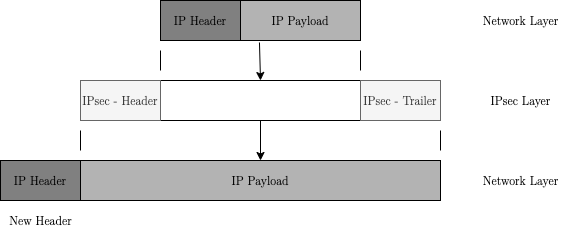
Before: Document/tunnel_encapsulation.png, a diagram exported from draw.io (rocioramirezsanabria-git/Thesis). Source tidied: cells renumbered, new cells last; positions are measured from the earlier drawing's top-left corner, leaving out a move shared by most shapes. Its diagram source:
```xml
<mxGraphModel>
  <root>
    <mxCell id="0" />
    <mxCell id="1" parent="0" />
    <mxCell id="2" value="&lt;font face=&quot;Latin Modern Roman&quot;&gt;IP Payload&lt;/font&gt;" style="rounded=0;whiteSpace=wrap;html=1;fillColor=#B3B3B3;" parent="1" vertex="1">
      <mxGeometry x="240" width="120" height="40" as="geometry" />
    </mxCell>
    <mxCell id="3" style="edgeStyle=orthogonalEdgeStyle;rounded=0;jettySize=auto;html=1;startArrow=none;startFill=0;fillColor=#000000;" parent="1" edge="1" source="4" target="11">
      <mxGeometry relative="1" as="geometry" />
    </mxCell>
    <mxCell id="4" style="rounded=0;whiteSpace=wrap;html=1;" parent="1" vertex="1">
      <mxGeometry x="160" y="80" width="200" height="40" as="geometry" />
    </mxCell>
    <mxCell id="5" style="endArrow=none;html=1;" parent="1" edge="1">
      <mxGeometry relative="1" as="geometry">
        <mxPoint x="160" y="70" as="sourcePoint" />
        <mxPoint x="160" y="50" as="targetPoint" />
      </mxGeometry>
    </mxCell>
    <mxCell id="6" style="endArrow=none;html=1;" parent="1" edge="1">
      <mxGeometry relative="1" as="geometry">
        <mxPoint x="360" y="70" as="sourcePoint" />
        <mxPoint x="360" y="50" as="targetPoint" />
      </mxGeometry>
    </mxCell>
    <mxCell id="7" value="&lt;font face=&quot;Latin Modern Roman&quot;&gt;IPsec - Header&lt;/font&gt;" style="rounded=0;whiteSpace=wrap;html=1;fillColor=#f5f5f5;strokeColor=#666666;fontColor=#333333;" parent="1" vertex="1">
      <mxGeometry x="80" y="80" width="80" height="40" as="geometry" />
    </mxCell>
    <mxCell id="8" value="&lt;font face=&quot;Latin Modern Roman&quot;&gt;IPsec - Trailer&lt;/font&gt;" style="rounded=0;whiteSpace=wrap;html=1;fillColor=#f5f5f5;strokeColor=#666666;fontColor=#333333;" parent="1" vertex="1">
      <mxGeometry x="360" y="80" width="80" height="40" as="geometry" />
    </mxCell>
    <mxCell id="9" style="endArrow=none;html=1;" parent="1" edge="1">
      <mxGeometry relative="1" as="geometry">
        <mxPoint x="440" y="150" as="sourcePoint" />
        <mxPoint x="440" y="130" as="targetPoint" />
      </mxGeometry>
    </mxCell>
    <mxCell id="10" style="endArrow=none;html=1;" parent="1" edge="1">
      <mxGeometry relative="1" as="geometry">
        <mxPoint x="80" y="150" as="sourcePoint" />
        <mxPoint x="80" y="130" as="targetPoint" />
      </mxGeometry>
    </mxCell>
    <mxCell id="11" value="&lt;font face=&quot;Latin Modern Roman&quot;&gt;IP Payload&lt;/font&gt;" style="rounded=0;whiteSpace=wrap;html=1;fillColor=#B3B3B3;" parent="1" vertex="1">
      <mxGeometry x="80" y="160" width="360" height="40" as="geometry" />
    </mxCell>
    <mxCell id="12" value="&lt;font face=&quot;Latin Modern Roman&quot;&gt;IP Header&lt;/font&gt;" style="rounded=0;whiteSpace=wrap;html=1;fillColor=#808080;" parent="1" vertex="1">
      <mxGeometry y="160" width="80" height="40" as="geometry" />
    </mxCell>
    <mxCell id="13" style="endArrow=classic;startArrow=none;html=1;startFill=0;fillColor=#000000;entryX=0.5;entryY=0;entryDx=0;entryDy=0;exitX=0.158;exitY=1.05;exitDx=0;exitDy=0;exitPerimeter=0;" parent="1" edge="1" source="2" target="4">
      <mxGeometry relative="1" as="geometry" />
    </mxCell>
    <mxCell id="14" value="&lt;font face=&quot;Latin Modern Roman&quot;&gt;Network Layer&lt;/font&gt;" style="text;html=1;align=center;verticalAlign=middle;" parent="1" vertex="1">
      <mxGeometry x="475" y="10" width="90" height="20" as="geometry" />
    </mxCell>
    <mxCell id="15" value="&lt;font face=&quot;Latin Modern Roman&quot;&gt;IPsec Layer&lt;/font&gt;" style="text;html=1;align=center;verticalAlign=middle;" parent="1" vertex="1">
      <mxGeometry x="480" y="90" width="80" height="20" as="geometry" />
    </mxCell>
    <mxCell id="16" value="&lt;font face=&quot;Latin Modern Roman&quot;&gt;Network Layer&lt;/font&gt;" style="text;html=1;align=center;verticalAlign=middle;" parent="1" vertex="1">
      <mxGeometry x="475" y="170" width="90" height="20" as="geometry" />
    </mxCell>
    <mxCell id="17" value="&lt;font face=&quot;Latin Modern Roman&quot;&gt;IP Header&lt;/font&gt;" style="rounded=0;whiteSpace=wrap;html=1;fillColor=#808080;" parent="1" vertex="1">
      <mxGeometry x="160" width="80" height="40" as="geometry" />
    </mxCell>
    <mxCell id="18" value="&lt;font face=&quot;Latin Modern Roman&quot;&gt;New Header&lt;/font&gt;" style="text;html=1;align=center;verticalAlign=middle;" parent="1" vertex="1">
      <mxGeometry y="210" width="80" height="20" as="geometry" />
    </mxCell>
  </root>
</mxGraphModel>
```
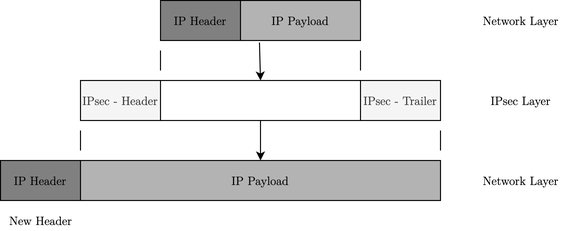
Above is the later version.

What changed in the source:
```diff
@@ -23,10 +23,10 @@
         <mxPoint x="360" y="50" as="targetPoint" />
       </mxGeometry>
     </mxCell>
-    <mxCell id="7" value="&lt;font face=&quot;Latin Modern Roman&quot;&gt;IPsec - Header&lt;/font&gt;" style="rounded=0;whiteSpace=wrap;html=1;fillColor=#f5f5f5;strokeColor=#666666;fontColor=#333333;" parent="1" vertex="1">
+    <mxCell id="7" value="&lt;font face=&quot;Latin Modern Roman&quot;&gt;IPsec - Header&lt;/font&gt;" style="rounded=0;whiteSpace=wrap;html=1;fillColor=#f5f5f5;strokeColor=#000000;fontColor=#333333;" parent="1" vertex="1">
       <mxGeometry x="80" y="80" width="80" height="40" as="geometry" />
     </mxCell>
-    <mxCell id="8" value="&lt;font face=&quot;Latin Modern Roman&quot;&gt;IPsec - Trailer&lt;/font&gt;" style="rounded=0;whiteSpace=wrap;html=1;fillColor=#f5f5f5;strokeColor=#666666;fontColor=#333333;" parent="1" vertex="1">
+    <mxCell id="8" value="&lt;font face=&quot;Latin Modern Roman&quot;&gt;IPsec - Trailer&lt;/font&gt;" style="rounded=0;whiteSpace=wrap;html=1;fillColor=#f5f5f5;strokeColor=#000000;fontColor=#333333;" parent="1" vertex="1">
       <mxGeometry x="360" y="80" width="80" height="40" as="geometry" />
     </mxCell>
     <mxCell id="9" style="endArrow=none;html=1;" parent="1" edge="1">
```
